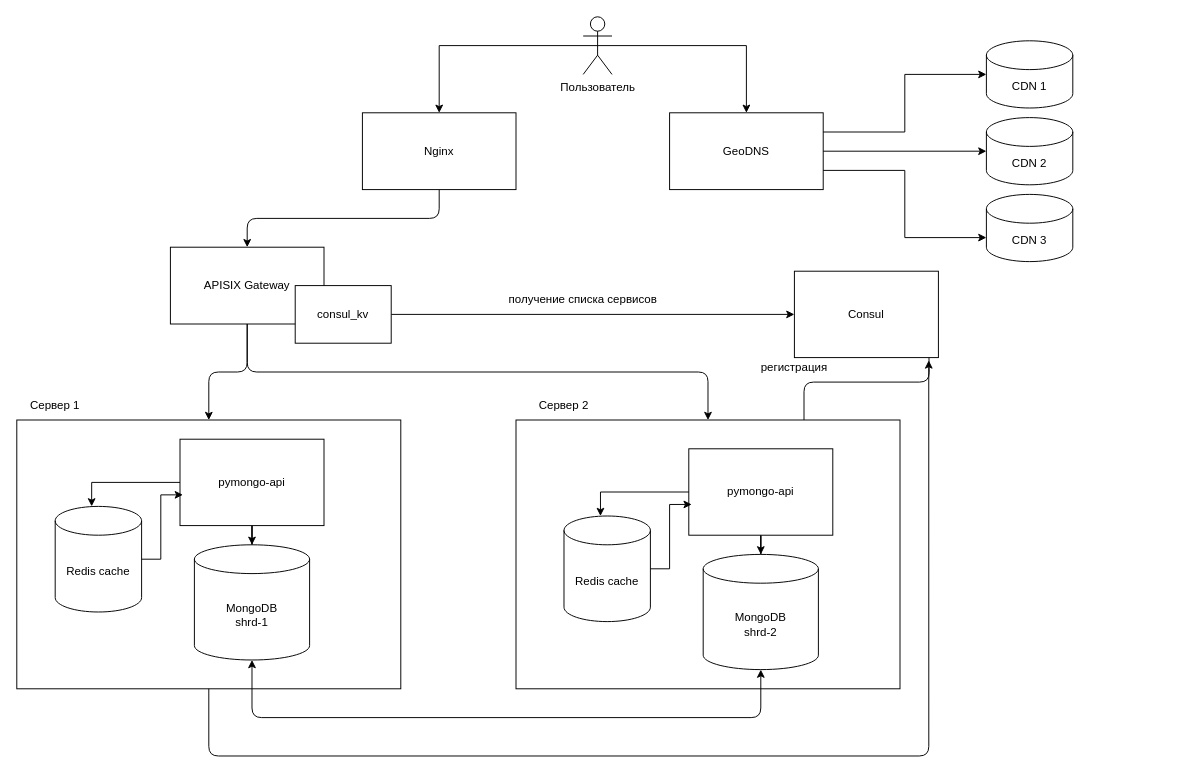
The draw.io diagram diagram/version5.drawio in AlexDmitriev/architecture-pro-black_friday, before the edit. Source tidied: cells renumbered, new cells numbered last; positions are measured from the earlier drawing's top-left corner, leaving out a move shared by most shapes. Both pictures are drawn from the tidied source at 96%, with x=0, y=0 at pixel (16, 16).
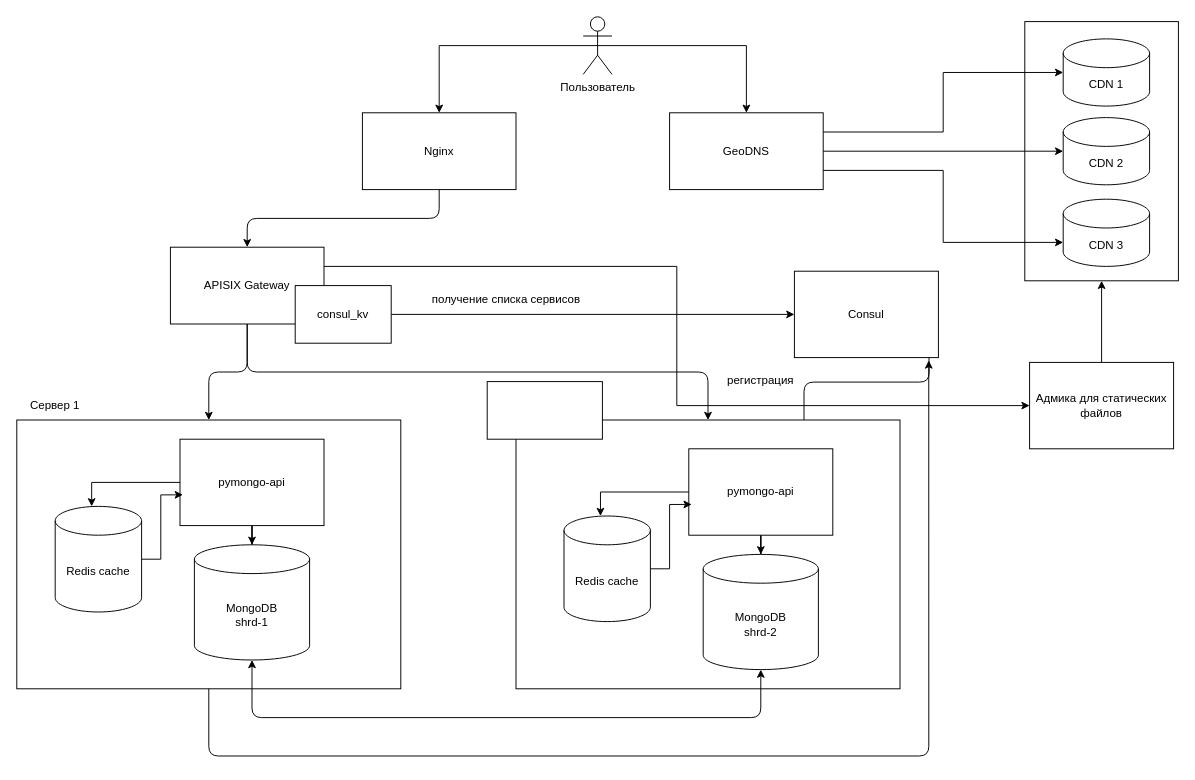
The same diagram, later.

Commit message (it also covers changes not shown here):
Task 6 (админка для статики)

Unchanged cells that the change refers to:
```xml
<mxCell id="25" value="APISIX Gateway" style="rounded=0;whiteSpace=wrap;html=1;" parent="1" vertex="1">
  <mxGeometry x="160" y="240" width="160" height="80" as="geometry" />
</mxCell>
```

Change to the diagram source:
```diff
@@
+    <mxCell id="41" style="rounded=0;whiteSpace=wrap;html=1;" parent="1" vertex="1">
+      <mxGeometry x="1050" y="5" width="160" height="270" as="geometry" />
+    </mxCell>
@@
+    <mxCell id="42" style="edgeStyle=orthogonalEdgeStyle;rounded=0;jettySize=auto;html=1;exitX=1;exitY=0.25;exitDx=0;exitDy=0;entryX=0;entryY=0.5;entryDx=0;entryDy=0;" parent="1" edge="1" source="25" target="44">
+      <mxGeometry relative="1" as="geometry" />
+    </mxCell>
@@
     <mxCell id="20" value="регистрация" style="text;html=1;whiteSpace=wrap;strokeColor=none;fillColor=none;align=center;verticalAlign=middle;rounded=0;" parent="1" vertex="1">
-      <mxGeometry x="780" y="350" width="60" height="30" as="geometry" />
+      <mxGeometry x="745" y="364" width="60" height="30" as="geometry" />
     </mxCell>
@@
     <mxCell id="28" value="получение списка сервисов" style="text;html=1;whiteSpace=wrap;strokeColor=none;fillColor=none;align=center;verticalAlign=middle;rounded=0;" parent="1" vertex="1">
-      <mxGeometry x="500" y="280" width="180" height="30" as="geometry" />
+      <mxGeometry x="420" y="280" width="180" height="30" as="geometry" />
     </mxCell>
@@
     <mxCell id="35" value="CDN 1" style="shape=cylinder3;whiteSpace=wrap;html=1;boundedLbl=1;backgroundOutline=1;size=15;rounded=0;" parent="1" vertex="1">
-      <mxGeometry x="1010" y="25" width="90" height="70" as="geometry" />
+      <mxGeometry x="1090" y="23" width="90" height="70" as="geometry" />
     </mxCell>
     <mxCell id="36" value="CDN 2" style="shape=cylinder3;whiteSpace=wrap;html=1;boundedLbl=1;backgroundOutline=1;size=15;rounded=0;" parent="1" vertex="1">
-      <mxGeometry x="1010" y="105" width="90" height="70" as="geometry" />
+      <mxGeometry x="1090" y="105" width="90" height="70" as="geometry" />
     </mxCell>
     <mxCell id="37" value="CDN 3" style="shape=cylinder3;whiteSpace=wrap;html=1;boundedLbl=1;backgroundOutline=1;size=15;rounded=0;" parent="1" vertex="1">
-      <mxGeometry x="1010" y="185" width="90" height="70" as="geometry" />
+      <mxGeometry x="1090" y="190" width="90" height="70" as="geometry" />
     </mxCell>
@@
+    <mxCell id="43" style="edgeStyle=orthogonalEdgeStyle;rounded=0;jettySize=auto;html=1;exitX=0.5;exitY=0;exitDx=0;exitDy=0;entryX=0.5;entryY=1;entryDx=0;entryDy=0;" parent="1" edge="1" source="44" target="41">
+      <mxGeometry relative="1" as="geometry" />
+    </mxCell>
+    <mxCell id="44" value="Адмика для статических файлов" style="rounded=0;whiteSpace=wrap;html=1;" parent="1" vertex="1">
+      <mxGeometry x="1055" y="360" width="150" height="90" as="geometry" />
+    </mxCell>
+    <mxCell id="45" style="rounded=0;whiteSpace=wrap;html=1;" parent="1" vertex="1">
+      <mxGeometry x="490" y="380" width="120" height="60" as="geometry" />
+    </mxCell>
```
